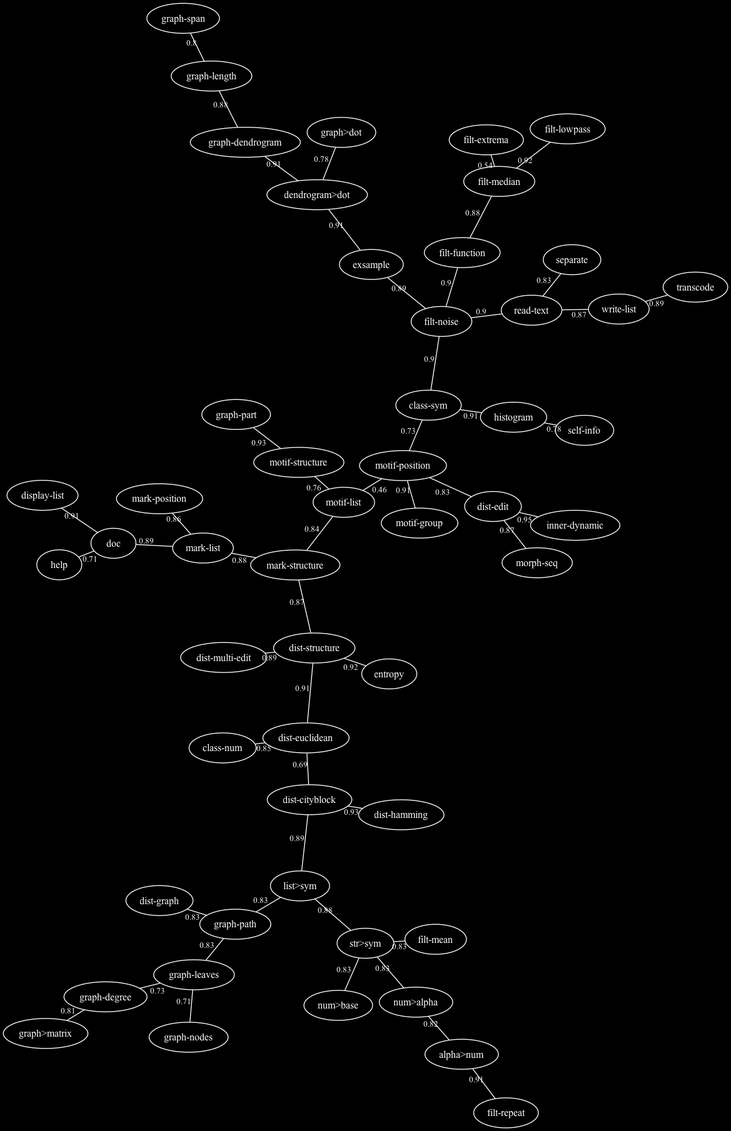
Above: doc/pictures/refrains-docstrings.png in FredVoisin/refrains (Graphviz), before the change. Its source is kept beside it as doc/pictures/refrains-docstrings.dot.
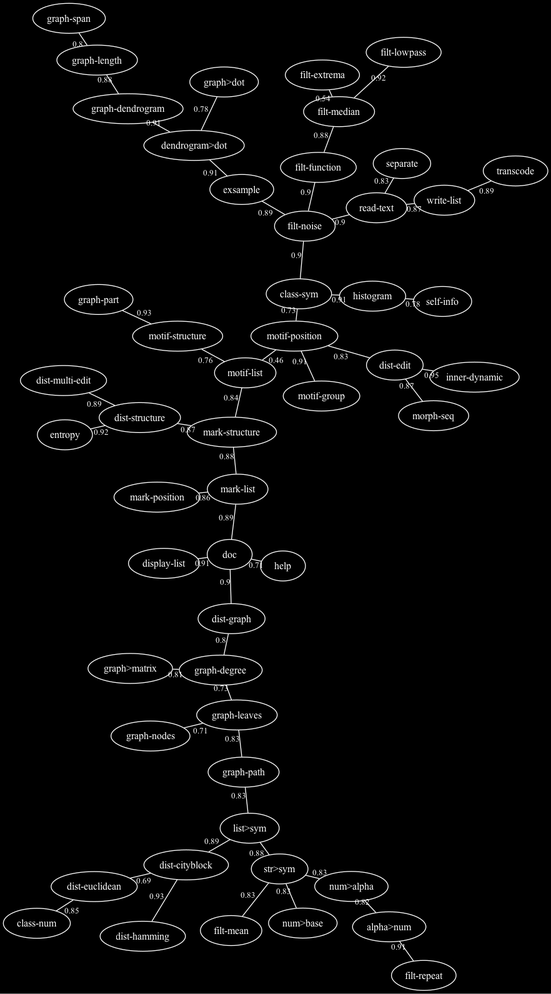
Above is the later version.

Change to the diagram source:
```diff
@@ -1,5 +1,5 @@
 graph "refrains-docstrings" {
-/* generated with refrains:graph>dot, 24 Oct 2026 21:20:48 */
+/* generated with refrains:graph>dot, 24 Oct 2026 21:35:37 */
  graph [overlap="false", sep="+4"];
  graph [bgcolor=black];
  node [shape="ellipse", font=Helvetica, fontsize=12, color=white, fontcolor=white];
@@ -14,11 +14,11 @@
  "motif-list" -- "motif-structure" [w=1, len=0.760000, label="0.76"];
  "dendrogram>dot" -- "graph>dot" [w=1, len=0.780000, label="0.78"];
  "histogram" -- "self-info" [w=1, len=0.780000, label="0.78"];
+ "dist-graph" -- "graph-degree" [w=1, len=0.800000, label="0.8"];
  "graph-length" -- "graph-span" [w=1, len=0.800000, label="0.8"];
  "graph-degree" -- "graph>matrix" [w=1, len=0.810000, label="0.81"];
  "alpha>num" -- "num>alpha" [w=1, len=0.820000, label="0.82"];
  "dist-edit" -- "motif-position" [w=1, len=0.830000, label="0.83"];
- "dist-graph" -- "graph-path" [w=1, len=0.830000, label="0.83"];
  "filt-mean" -- "str>sym" [w=1, len=0.830000, label="0.83"];
  "graph-leaves" -- "graph-path" [w=1, len=0.830000, label="0.83"];
  "graph-path" -- "list>sym" [w=1, len=0.830000, label="0.83"];
@@ -41,6 +41,7 @@
  "exsample" -- "filt-noise" [w=1, len=0.890000, label="0.89"];
  "transcode" -- "write-list" [w=1, len=0.890000, label="0.89"];
  "class-sym" -- "filt-noise" [w=1, len=0.900000, label="0.9"];
+ "dist-graph" -- "doc" [w=1, len=0.900000, label="0.9"];
  "filt-function" -- "filt-noise" [w=1, len=0.900000, label="0.9"];
  "filt-noise" -- "read-text" [w=1, len=0.900000, label="0.9"];
  "alpha>num" -- "filt-repeat" [w=1, len=0.910000, label="0.91"];
@@ -48,7 +49,6 @@
  "dendrogram>dot" -- "exsample" [w=1, len=0.910000, label="0.91"];
  "dendrogram>dot" -- "graph-dendrogram" [w=1, len=0.910000, label="0.91"];
  "display-list" -- "doc" [w=1, len=0.910000, label="0.91"];
- "dist-euclidean" -- "dist-structure" [w=1, len=0.910000, label="0.91"];
  "motif-group" -- "motif-position" [w=1, len=0.910000, label="0.91"];
  "dist-structure" -- "entropy" [w=1, len=0.920000, label="0.92"];
  "filt-lowpass" -- "filt-median" [w=1, len=0.920000, label="0.92"];
```
